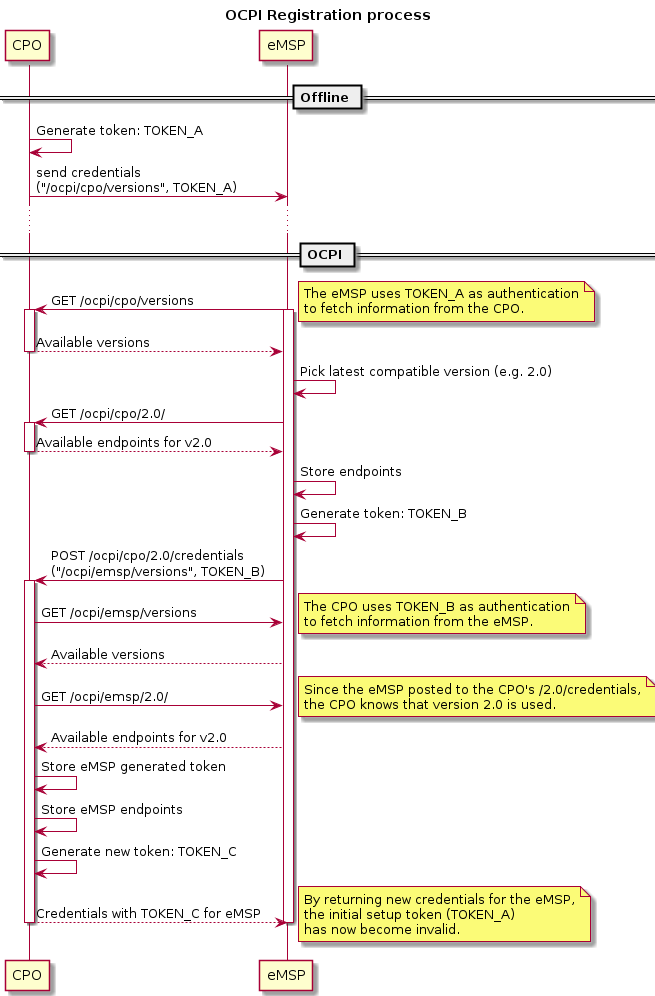
Above: data/registration-sequence.png in ocpi/ocpi (PlantUML), before the change.
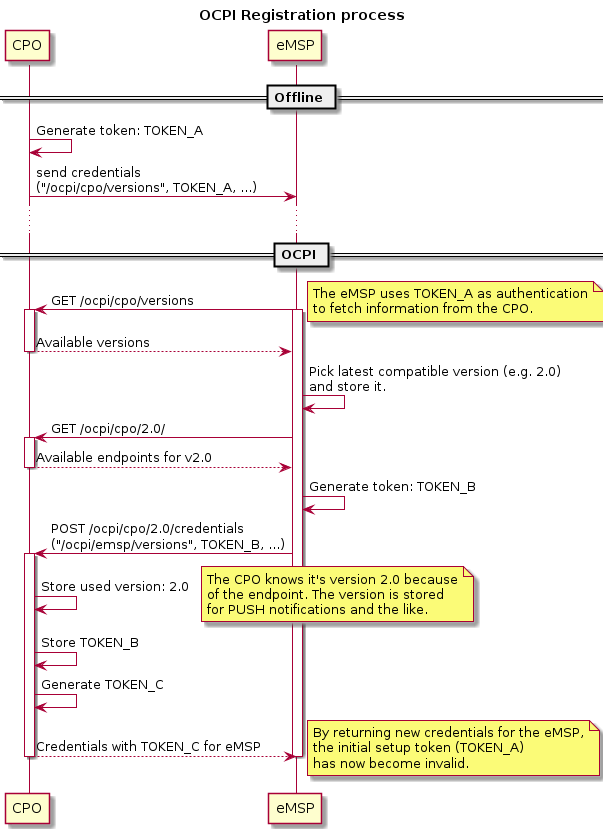
The same file after the commit.

The edit, as a diff of the source:
```diff
@@ -7,7 +7,7 @@
 == Offline ==
 
 CPO -> CPO: Generate token: TOKEN_A
-CPO -> eMSP: send credentials \n("/ocpi/cpo/versions", TOKEN_A)
+CPO -> eMSP: send credentials \n("/ocpi/cpo/versions", TOKEN_A, ...)
 
 ...
 
@@ -23,32 +23,24 @@
 CPO --> eMSP: Available versions
 deactivate CPO
 
-eMSP -> eMSP: Pick latest compatible version (e.g. 2.0)
+eMSP -> eMSP: Pick latest compatible version (e.g. 2.0)\nand store it.
 CPO <- eMSP: GET /ocpi/cpo/2.0/
 activate CPO
 CPO --> eMSP: Available endpoints for v2.0
 deactivate CPO
 
-eMSP -> eMSP: Store endpoints
 eMSP -> eMSP: Generate token: TOKEN_B
-CPO <- eMSP: POST /ocpi/cpo/2.0/credentials \n("/ocpi/emsp/versions", TOKEN_B)
+CPO <- eMSP: POST /ocpi/cpo/2.0/credentials \n("/ocpi/emsp/versions", TOKEN_B, ...)
 
 activate CPO
-CPO -> eMSP: GET /ocpi/emsp/versions
+CPO -> CPO: Store used version: 2.0
 note right
-    The CPO uses TOKEN_B as authentication
-    to fetch information from the eMSP.
+    The CPO knows it's version 2.0 because
+    of the endpoint. The version is stored
+    for PUSH notifications and the like.
 end note
-CPO <-- eMSP: Available versions
-CPO -> eMSP: GET /ocpi/emsp/2.0/
-note right
-    Since the eMSP posted to the CPO's /2.0/credentials,
-    the CPO knows that version 2.0 is used.
-end note
-CPO <-- eMSP: Available endpoints for v2.0
-CPO -> CPO: Store eMSP generated token
-CPO -> CPO: Store eMSP endpoints
-CPO -> CPO: Generate new token: TOKEN_C
+CPO -> CPO: Store TOKEN_B
+CPO -> CPO: Generate TOKEN_C
 CPO --> eMSP: Credentials with TOKEN_C for eMSP
 deactivate CPO
 
```
